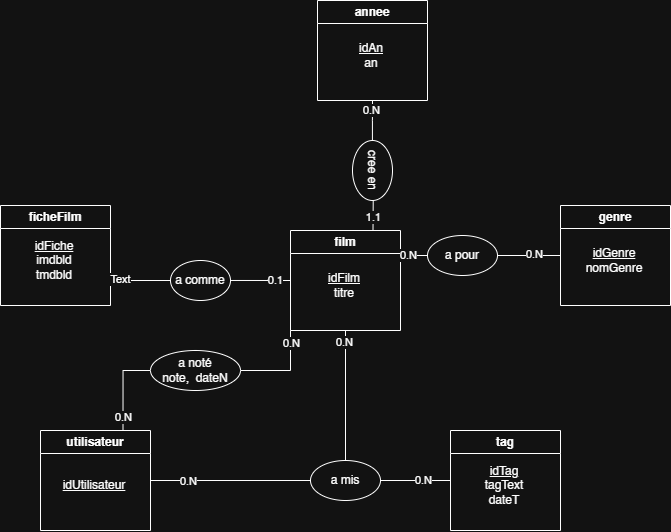
This is images/MEA.png from cynhlfn/projetSAE, a draw.io export, as it was before one commit. Source tidied: cells renumbered, new cells last; positions are measured from the earlier drawing's top-left corner, leaving out a move shared by most shapes.
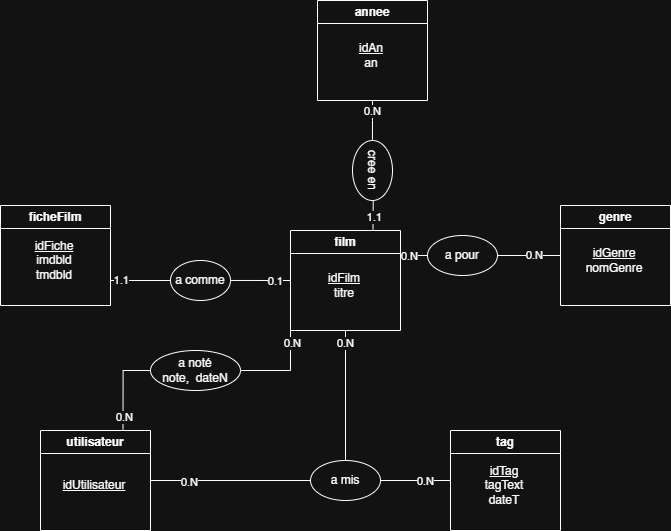
The same file after the commit.

Diff of the diagram source:
```diff
@@ -73,7 +73,7 @@
     <mxCell id="24" style="edgeStyle=orthogonalEdgeStyle;rounded=0;jettySize=auto;html=1;exitX=1;exitY=0.75;exitDx=0;exitDy=0;entryX=0;entryY=0.5;entryDx=0;entryDy=0;endArrow=none;endFill=0;" parent="1" edge="1" source="22" target="26">
       <mxGeometry relative="1" as="geometry" />
     </mxCell>
-    <mxCell id="25" value="Text" style="edgeLabel;html=1;align=center;verticalAlign=middle;" parent="24" vertex="1">
+    <mxCell id="25" value="1.1" style="edgeLabel;html=1;align=center;verticalAlign=middle;" parent="24" vertex="1">
       <mxGeometry x="-0.66" y="1" relative="1" as="geometry" />
     </mxCell>
     <mxCell id="26" value="a comme" style="ellipse;whiteSpace=wrap;html=1;" parent="1" vertex="1">
```
